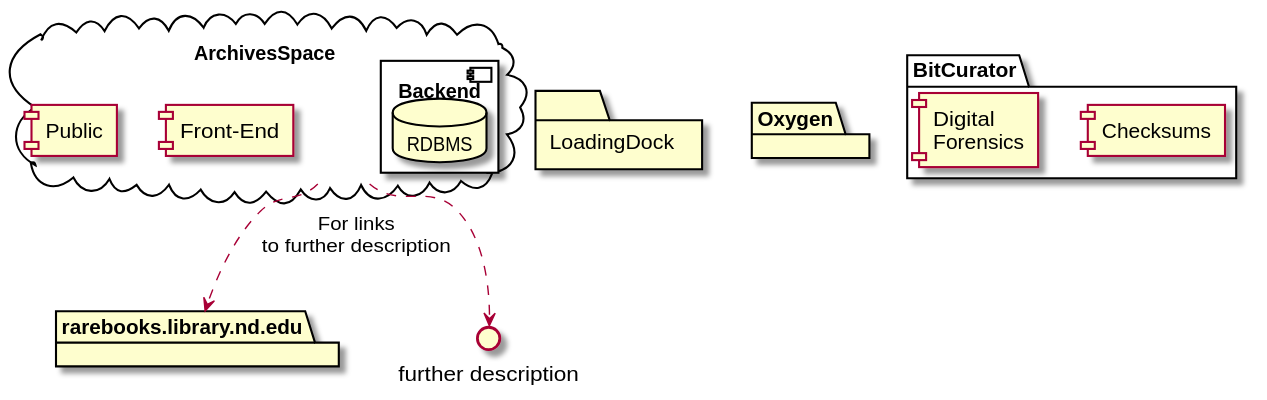
This is plantuml/archivesspace.svg from ndlib/dam-ecosystem-mapping, a PlantUML export, as it was before one commit.
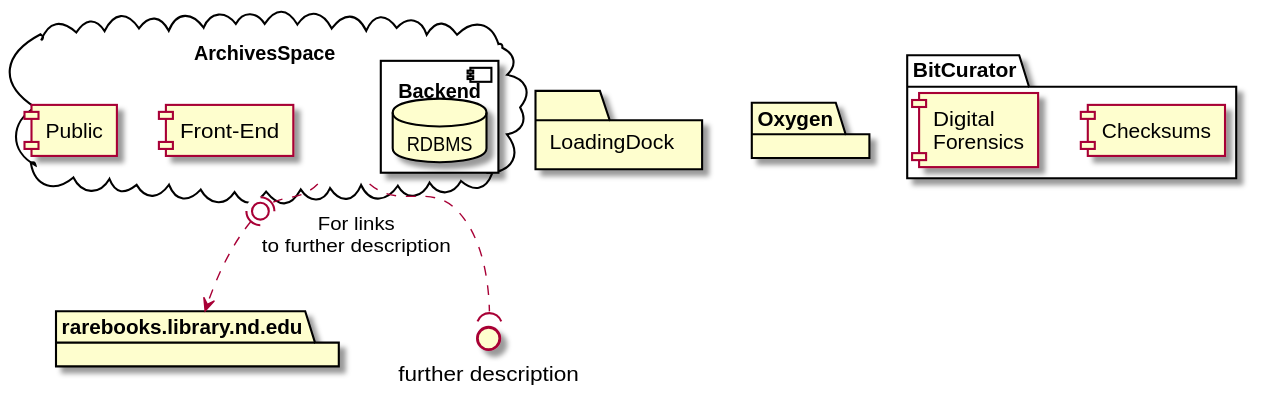
The same diagram one commit later.

Change to the diagram source:
```diff
@@ -20,6 +20,6 @@
   component "Digital\nForensics"
 }
 
-ArchivesSpace ..> rarebooks.library.nd.edu : "For links\nto further description"
-ArchivesSpace ..> FurtherDescription
+ArchivesSpace .(0).> rarebooks.library.nd.edu : "For links\nto further description"
+ArchivesSpace ..( FurtherDescription
 @enduml
```
